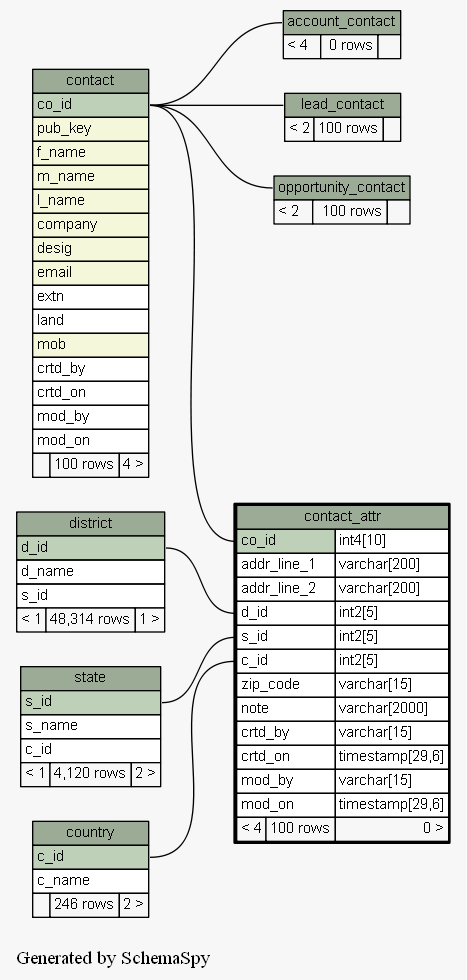
The Graphviz diagram docs/database/schemaspy/graphs/contact_attr.2degrees.png in engineerscraft/salesforce, before a commit. Its source is kept beside it as docs/database/schemaspy/graphs/contact_attr.2degrees.dot. Its diagram source:
```dot
digraph "twoDegreesRelationshipsGraph" {
  graph [
    rankdir="RL"
    bgcolor="#f7f7f7"
    label="\nGenerated by SchemaSpy"
    labeljust="l"
  ];
  node [
    fontname="Helvetica"
    fontsize="11"
    shape="plaintext"
  ];
  edge [
    arrowsize="0.8"
  ];
  "account_contact":"account_contact.heading":w -> "contact":"co_id":e [arrowtail=crowtee arrowhead=none];
  "contact_attr":"c_id":w -> "country":"c_id":e [arrowtail=crowodot arrowhead=none];
  "contact_attr":"co_id":w -> "contact":"co_id":e [arrowtail=tee arrowhead=none];
  "contact_attr":"d_id":w -> "district":"d_id":e [arrowtail=crowodot arrowhead=none];
  "contact_attr":"s_id":w -> "state":"s_id":e [arrowtail=crowodot arrowhead=none];
  "lead_contact":"lead_contact.heading":w -> "contact":"co_id":e [arrowtail=crowtee arrowhead=none];
  "opportunity_contact":"opportunity_contact.heading":w -> "contact":"co_id":e [arrowtail=crowtee arrowhead=none];
  "account_contact" [
    label=<
    <TABLE BORDER="0" CELLBORDER="1" CELLSPACING="0" BGCOLOR="#ffffff">
      <TR><TD PORT="account_contact.heading" COLSPAN="3" BGCOLOR="#9bab96" ALIGN="CENTER">account_contact</TD></TR>
      <TR><TD ALIGN="LEFT" BGCOLOR="#f7f7f7">&lt; 4</TD><TD ALIGN="RIGHT" BGCOLOR="#f7f7f7">0 rows</TD><TD ALIGN="RIGHT" BGCOLOR="#f7f7f7">  </TD></TR>
    </TABLE>>
    URL="account_contact.html#graph"
    tooltip="account_contact"
  ];
  "contact" [
    label=<
    <TABLE BORDER="0" CELLBORDER="1" CELLSPACING="0" BGCOLOR="#ffffff">
      <TR><TD PORT="contact.heading" COLSPAN="3" BGCOLOR="#9bab96" ALIGN="CENTER">contact</TD></TR>
      <TR><TD PORT="co_id" COLSPAN="3" BGCOLOR="#bed1b8" ALIGN="LEFT">co_id</TD></TR>
      <TR><TD PORT="pub_key" COLSPAN="3" BGCOLOR="#f4f7da" ALIGN="LEFT">pub_key</TD></TR>
      <TR><TD PORT="f_name" COLSPAN="3" BGCOLOR="#f4f7da" ALIGN="LEFT">f_name</TD></TR>
      <TR><TD PORT="m_name" COLSPAN="3" BGCOLOR="#f4f7da" ALIGN="LEFT">m_name</TD></TR>
      <TR><TD PORT="l_name" COLSPAN="3" BGCOLOR="#f4f7da" ALIGN="LEFT">l_name</TD></TR>
      <TR><TD PORT="company" COLSPAN="3" BGCOLOR="#f4f7da" ALIGN="LEFT">company</TD></TR>
      <TR><TD PORT="desig" COLSPAN="3" BGCOLOR="#f4f7da" ALIGN="LEFT">desig</TD></TR>
      <TR><TD PORT="email" COLSPAN="3" BGCOLOR="#f4f7da" ALIGN="LEFT">email</TD></TR>
      <TR><TD PORT="extn" COLSPAN="3" ALIGN="LEFT">extn</TD></TR>
      <TR><TD PORT="land" COLSPAN="3" ALIGN="LEFT">land</TD></TR>
      <TR><TD PORT="mob" COLSPAN="3" BGCOLOR="#f4f7da" ALIGN="LEFT">mob</TD></TR>
      <TR><TD PORT="crtd_by" COLSPAN="3" ALIGN="LEFT">crtd_by</TD></TR>
      <TR><TD PORT="crtd_on" COLSPAN="3" ALIGN="LEFT">crtd_on</TD></TR>
      <TR><TD PORT="mod_by" COLSPAN="3" ALIGN="LEFT">mod_by</TD></TR>
      <TR><TD PORT="mod_on" COLSPAN="3" ALIGN="LEFT">mod_on</TD></TR>
      <TR><TD ALIGN="LEFT" BGCOLOR="#f7f7f7">  </TD><TD ALIGN="RIGHT" BGCOLOR="#f7f7f7">100 rows</TD><TD ALIGN="RIGHT" BGCOLOR="#f7f7f7">4 &gt;</TD></TR>
    </TABLE>>
    URL="contact.html#graph"
    tooltip="contact"
  ];
  "contact_attr" [
    label=<
    <TABLE BORDER="2" CELLBORDER="1" CELLSPACING="0" BGCOLOR="#ffffff">
      <TR><TD PORT="contact_attr.heading" COLSPAN="3" BGCOLOR="#9bab96" ALIGN="CENTER">contact_attr</TD></TR>
      <TR><TD PORT="co_id" COLSPAN="2" BGCOLOR="#bed1b8" ALIGN="LEFT">co_id</TD><TD PORT="co_id.type" ALIGN="LEFT">int4[10]</TD></TR>
      <TR><TD PORT="addr_line_1" COLSPAN="2" ALIGN="LEFT">addr_line_1</TD><TD PORT="addr_line_1.type" ALIGN="LEFT">varchar[200]</TD></TR>
      <TR><TD PORT="addr_line_2" COLSPAN="2" ALIGN="LEFT">addr_line_2</TD><TD PORT="addr_line_2.type" ALIGN="LEFT">varchar[200]</TD></TR>
      <TR><TD PORT="d_id" COLSPAN="2" ALIGN="LEFT">d_id</TD><TD PORT="d_id.type" ALIGN="LEFT">int2[5]</TD></TR>
      <TR><TD PORT="s_id" COLSPAN="2" ALIGN="LEFT">s_id</TD><TD PORT="s_id.type" ALIGN="LEFT">int2[5]</TD></TR>
      <TR><TD PORT="c_id" COLSPAN="2" ALIGN="LEFT">c_id</TD><TD PORT="c_id.type" ALIGN="LEFT">int2[5]</TD></TR>
      <TR><TD PORT="zip_code" COLSPAN="2" ALIGN="LEFT">zip_code</TD><TD PORT="zip_code.type" ALIGN="LEFT">varchar[15]</TD></TR>
      <TR><TD PORT="note" COLSPAN="2" ALIGN="LEFT">note</TD><TD PORT="note.type" ALIGN="LEFT">varchar[2000]</TD></TR>
      <TR><TD PORT="crtd_by" COLSPAN="2" ALIGN="LEFT">crtd_by</TD><TD PORT="crtd_by.type" ALIGN="LEFT">varchar[15]</TD></TR>
      <TR><TD PORT="crtd_on" COLSPAN="2" ALIGN="LEFT">crtd_on</TD><TD PORT="crtd_on.type" ALIGN="LEFT">timestamp[29,6]</TD></TR>
      <TR><TD PORT="mod_by" COLSPAN="2" ALIGN="LEFT">mod_by</TD><TD PORT="mod_by.type" ALIGN="LEFT">varchar[15]</TD></TR>
      <TR><TD PORT="mod_on" COLSPAN="2" ALIGN="LEFT">mod_on</TD><TD PORT="mod_on.type" ALIGN="LEFT">timestamp[29,6]</TD></TR>
      <TR><TD ALIGN="LEFT" BGCOLOR="#f7f7f7">&lt; 4</TD><TD ALIGN="RIGHT" BGCOLOR="#f7f7f7">100 rows</TD><TD ALIGN="RIGHT" BGCOLOR="#f7f7f7">0 &gt;</TD></TR>
    </TABLE>>
    URL="contact_attr.html#"
    tooltip="contact_attr"
  ];
  "country" [
    label=<
    <TABLE BORDER="0" CELLBORDER="1" CELLSPACING="0" BGCOLOR="#ffffff">
      <TR><TD PORT="country.heading" COLSPAN="3" BGCOLOR="#9bab96" ALIGN="CENTER">country</TD></TR>
      <TR><TD PORT="c_id" COLSPAN="3" BGCOLOR="#bed1b8" ALIGN="LEFT">c_id</TD></TR>
      <TR><TD PORT="c_name" COLSPAN="3" ALIGN="LEFT">c_name</TD></TR>
      <TR><TD ALIGN="LEFT" BGCOLOR="#f7f7f7">  </TD><TD ALIGN="RIGHT" BGCOLOR="#f7f7f7">246 rows</TD><TD ALIGN="RIGHT" BGCOLOR="#f7f7f7">2 &gt;</TD></TR>
    </TABLE>>
    URL="country.html#graph"
    tooltip="country"
  ];
  "district" [
    label=<
    <TABLE BORDER="0" CELLBORDER="1" CELLSPACING="0" BGCOLOR="#ffffff">
      <TR><TD PORT="district.heading" COLSPAN="3" BGCOLOR="#9bab96" ALIGN="CENTER">district</TD></TR>
      <TR><TD PORT="d_id" COLSPAN="3" BGCOLOR="#bed1b8" ALIGN="LEFT">d_id</TD></TR>
      <TR><TD PORT="d_name" COLSPAN="3" ALIGN="LEFT">d_name</TD></TR>
      <TR><TD PORT="s_id" COLSPAN="3" ALIGN="LEFT">s_id</TD></TR>
      <TR><TD ALIGN="LEFT" BGCOLOR="#f7f7f7">&lt; 1</TD><TD ALIGN="RIGHT" BGCOLOR="#f7f7f7">48,314 rows</TD><TD ALIGN="RIGHT" BGCOLOR="#f7f7f7">1 &gt;</TD></TR>
    </TABLE>>
    URL="district.html#graph"
    tooltip="district"
  ];
  "lead_contact" [
    label=<
    <TABLE BORDER="0" CELLBORDER="1" CELLSPACING="0" BGCOLOR="#ffffff">
      <TR><TD PORT="lead_contact.heading" COLSPAN="3" BGCOLOR="#9bab96" ALIGN="CENTER">lead_contact</TD></TR>
      <TR><TD ALIGN="LEFT" BGCOLOR="#f7f7f7">&lt; 2</TD><TD ALIGN="RIGHT" BGCOLOR="#f7f7f7">100 rows</TD><TD ALIGN="RIGHT" BGCOLOR="#f7f7f7">  </TD></TR>
    </TABLE>>
    URL="lead_contact.html#graph"
    tooltip="lead_contact"
  ];
  "opportunity_contact" [
    label=<
    <TABLE BORDER="0" CELLBORDER="1" CELLSPACING="0" BGCOLOR="#ffffff">
      <TR><TD PORT="opportunity_contact.heading" COLSPAN="3" BGCOLOR="#9bab96" ALIGN="CENTER">opportunity_contact</TD></TR>
      <TR><TD ALIGN="LEFT" BGCOLOR="#f7f7f7">&lt; 2</TD><TD ALIGN="RIGHT" BGCOLOR="#f7f7f7">100 rows</TD><TD ALIGN="RIGHT" BGCOLOR="#f7f7f7">  </TD></TR>
    </TABLE>>
    URL="opportunity_contact.html#graph"
    tooltip="opportunity_contact"
  ];
  "state" [
    label=<
    <TABLE BORDER="0" CELLBORDER="1" CELLSPACING="0" BGCOLOR="#ffffff">
      <TR><TD PORT="state.heading" COLSPAN="3" BGCOLOR="#9bab96" ALIGN="CENTER">state</TD></TR>
      <TR><TD PORT="s_id" COLSPAN="3" BGCOLOR="#bed1b8" ALIGN="LEFT">s_id</TD></TR>
      <TR><TD PORT="s_name" COLSPAN="3" ALIGN="LEFT">s_name</TD></TR>
      <TR><TD PORT="c_id" COLSPAN="3" ALIGN="LEFT">c_id</TD></TR>
      <TR><TD ALIGN="LEFT" BGCOLOR="#f7f7f7">&lt; 1</TD><TD ALIGN="RIGHT" BGCOLOR="#f7f7f7">4,120 rows</TD><TD ALIGN="RIGHT" BGCOLOR="#f7f7f7">2 &gt;</TD></TR>
    </TABLE>>
    URL="state.html#graph"
    tooltip="state"
  ];
}
```
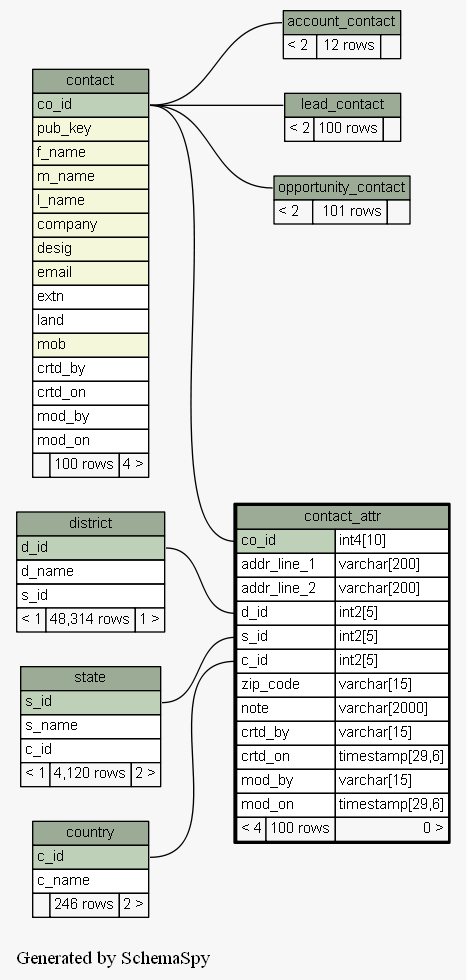
After the change.

Change to the diagram source:
```diff
@@ -24,7 +24,7 @@
     label=<
     <TABLE BORDER="0" CELLBORDER="1" CELLSPACING="0" BGCOLOR="#ffffff">
       <TR><TD PORT="account_contact.heading" COLSPAN="3" BGCOLOR="#9bab96" ALIGN="CENTER">account_contact</TD></TR>
-      <TR><TD ALIGN="LEFT" BGCOLOR="#f7f7f7">&lt; 4</TD><TD ALIGN="RIGHT" BGCOLOR="#f7f7f7">0 rows</TD><TD ALIGN="RIGHT" BGCOLOR="#f7f7f7">  </TD></TR>
+      <TR><TD ALIGN="LEFT" BGCOLOR="#f7f7f7">&lt; 2</TD><TD ALIGN="RIGHT" BGCOLOR="#f7f7f7">12 rows</TD><TD ALIGN="RIGHT" BGCOLOR="#f7f7f7">  </TD></TR>
     </TABLE>>
     URL="account_contact.html#graph"
     tooltip="account_contact"
@@ -110,7 +110,7 @@
     label=<
     <TABLE BORDER="0" CELLBORDER="1" CELLSPACING="0" BGCOLOR="#ffffff">
       <TR><TD PORT="opportunity_contact.heading" COLSPAN="3" BGCOLOR="#9bab96" ALIGN="CENTER">opportunity_contact</TD></TR>
-      <TR><TD ALIGN="LEFT" BGCOLOR="#f7f7f7">&lt; 2</TD><TD ALIGN="RIGHT" BGCOLOR="#f7f7f7">100 rows</TD><TD ALIGN="RIGHT" BGCOLOR="#f7f7f7">  </TD></TR>
+      <TR><TD ALIGN="LEFT" BGCOLOR="#f7f7f7">&lt; 2</TD><TD ALIGN="RIGHT" BGCOLOR="#f7f7f7">101 rows</TD><TD ALIGN="RIGHT" BGCOLOR="#f7f7f7">  </TD></TR>
     </TABLE>>
     URL="opportunity_contact.html#graph"
     tooltip="opportunity_contact"
```
